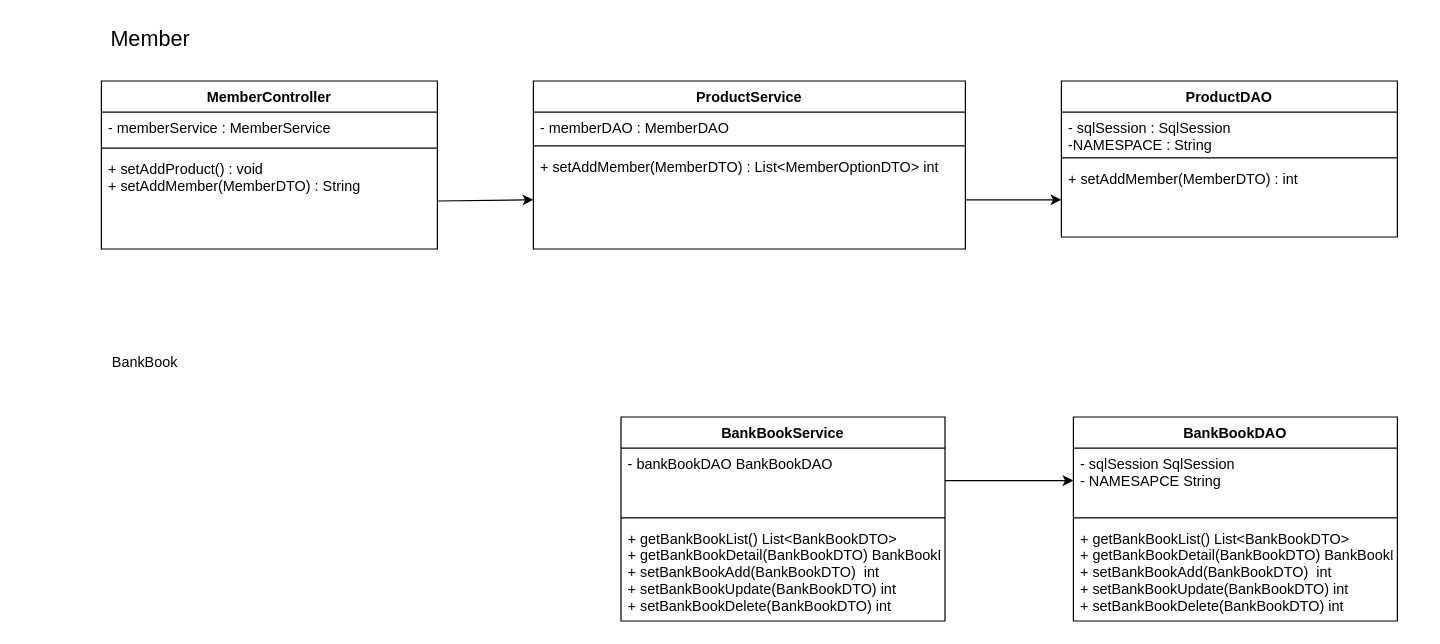
Above: page "페이지-3" (3 of 3) of Diagram.drawio in ejfhfhap/GDJ60_Spring (draw.io), before the change. Source tidied: cells renumbered, new cells numbered last; positions are measured from the earlier drawing's top-left corner, leaving out a move shared by most shapes. Both pictures are drawn from the tidied source at 120%, with x=0, y=0 at pixel (96, 20).
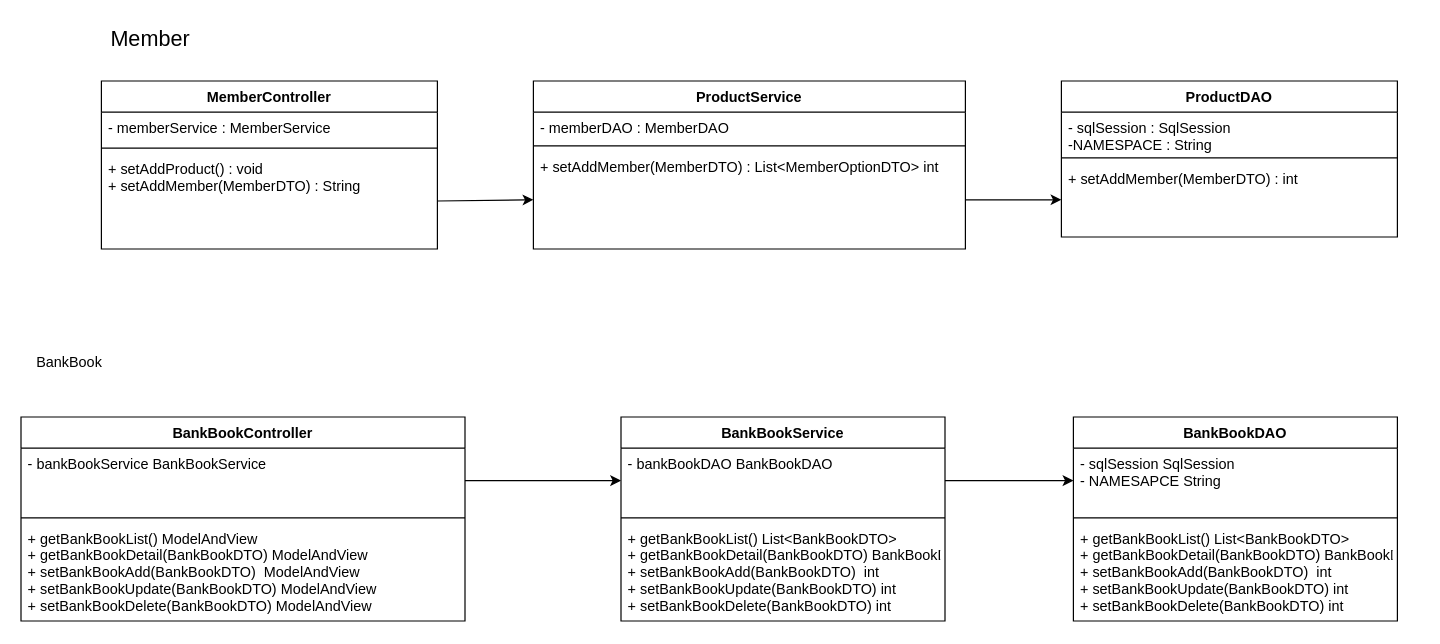
The same diagram, later.

The change refers to these unchanged cells:
```xml
<mxCell id="23" value="- bankBookDAO BankBookDAO" style="text;strokeColor=none;fillColor=none;align=left;verticalAlign=top;spacingLeft=4;spacingRight=4;overflow=hidden;points=[[0,0.5],[1,0.5]];portConstraint=eastwest;" parent="22" vertex="1">
  <mxGeometry y="26" width="270" height="54" as="geometry" />
</mxCell>
```

Change to the diagram source:
```diff
@@
     <mxCell id="21" value="BankBook" style="text;html=1;align=center;verticalAlign=middle;strokeColor=none;fillColor=none;" parent="1" vertex="1">
-      <mxGeometry y="270" width="80" height="30" as="geometry" />
+      <mxGeometry x="-63" y="270" width="80" height="30" as="geometry" />
     </mxCell>
@@
+    <mxCell id="27" value="BankBookController&#10;" style="swimlane;fontStyle=1;align=center;verticalAlign=top;horizontal=1;startSize=26;" parent="1" vertex="1">
+      <mxGeometry x="-63" y="330" width="370" height="170" as="geometry" />
+    </mxCell>
+    <mxCell id="28" value="- bankBookService BankBookService&#10;" style="text;strokeColor=none;fillColor=none;align=left;verticalAlign=top;spacingLeft=4;spacingRight=4;overflow=hidden;points=[[0,0.5],[1,0.5]];portConstraint=eastwest;" parent="27" vertex="1">
+      <mxGeometry y="26" width="370" height="54" as="geometry" />
+    </mxCell>
+    <mxCell id="29" style="line;strokeWidth=1;fillColor=none;align=left;verticalAlign=middle;spacingTop=-1;spacingLeft=3;spacingRight=3;labelPosition=right;strokeColor=inherit;" parent="27" vertex="1">
+      <mxGeometry y="80" width="370" height="8" as="geometry" />
+    </mxCell>
+    <mxCell id="30" value="+ getBankBookList() ModelAndView&#10;+ getBankBookDetail(BankBookDTO) ModelAndView&#10;+ setBankBookAdd(BankBookDTO)  ModelAndView&#10;+ setBankBookUpdate(BankBookDTO) ModelAndView&#10;+ setBankBookDelete(BankBookDTO) ModelAndView" style="text;strokeColor=none;fillColor=none;align=left;verticalAlign=top;spacingLeft=4;spacingRight=4;overflow=hidden;" parent="27" vertex="1">
+      <mxGeometry y="88" width="370" height="82" as="geometry" />
+    </mxCell>
+    <mxCell id="31" style="edgeStyle=orthogonalEdgeStyle;rounded=0;jettySize=auto;html=1;entryX=0;entryY=0.5;entryDx=0;entryDy=0;" parent="1" edge="1" source="28" target="23">
+      <mxGeometry relative="1" as="geometry" />
+    </mxCell>
```
